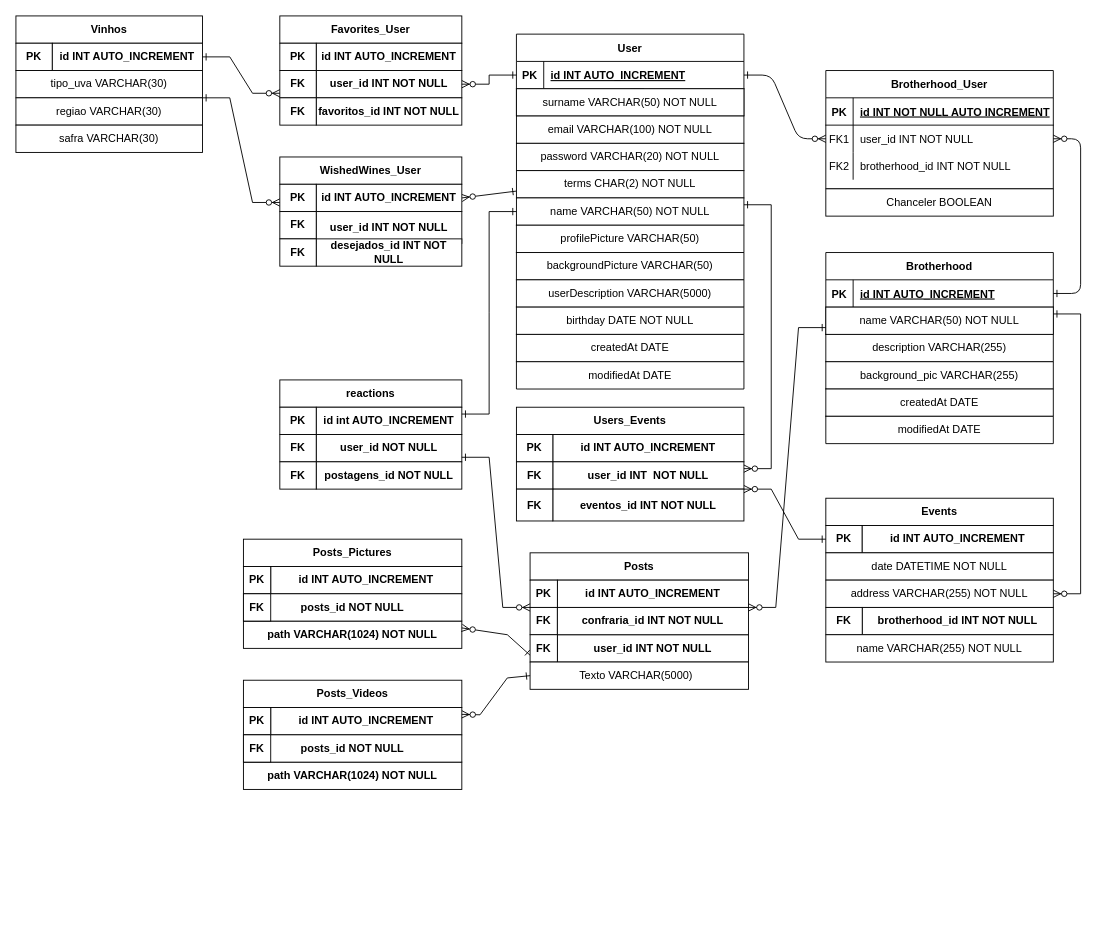
Before: ModeloBancoDeDados.drawio in jairocket/projetoIntegrador-Wined, a draw.io diagram. Source tidied: cells renumbered, new cells numbered last; positions are measured from the earlier drawing's top-left corner, leaving out a move shared by most shapes. Both pictures are drawn from the tidied source at 91%, with x=0, y=0 at pixel (15, 15).
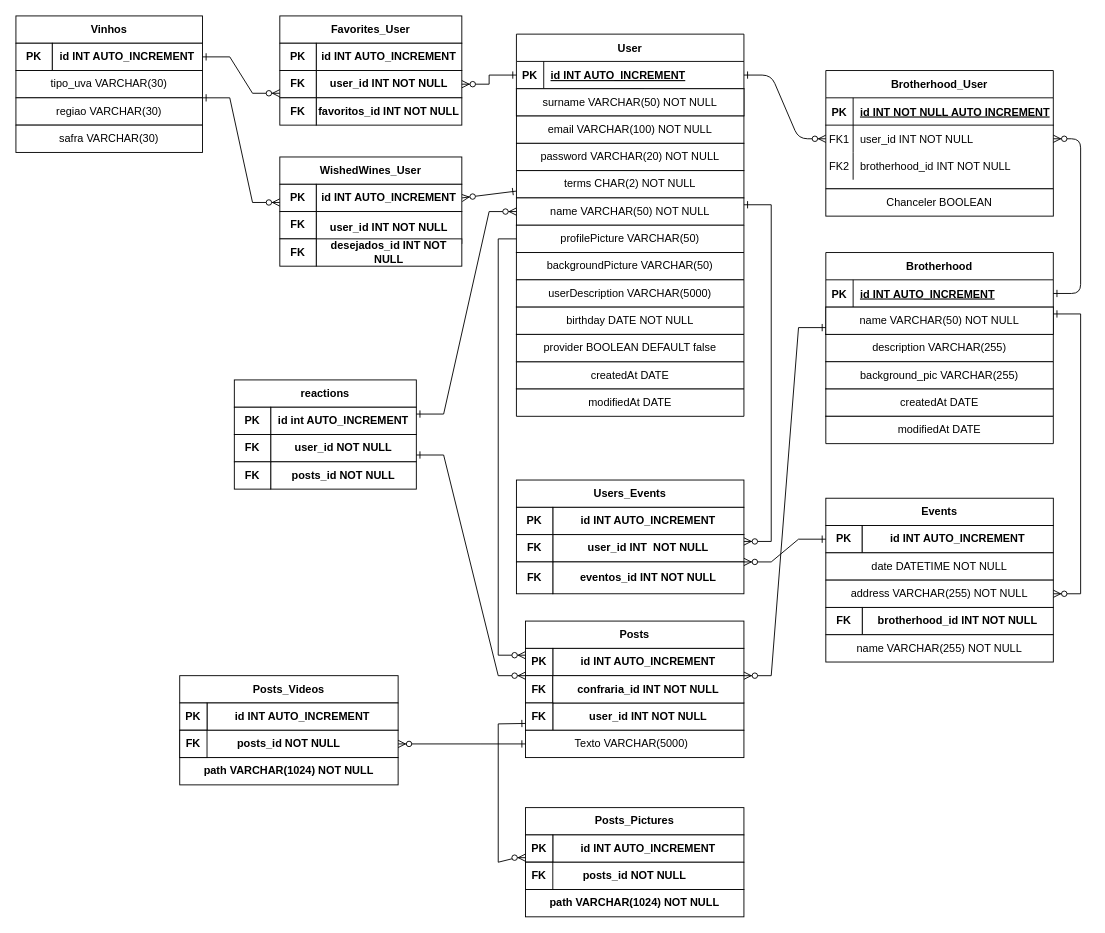
The same page after the edit.

Commit message (it also covers changes not shown here):
reactions and posts migrations implemented

The change refers to these unchanged cells:
```xml
<mxCell id="39" value="name VARCHAR(50) NOT NULL" style="rounded=0;whiteSpace=wrap;html=1;" parent="1" vertex="1">
  <mxGeometry x="550" y="200" width="250" height="30" as="geometry" />
</mxCell>
<mxCell id="93" style="shape=partialRectangle;html=1;whiteSpace=wrap;fillColor=none;top=0;left=0;bottom=0;right=0;points=[[0,0.5],[1,0.5]];portConstraint=eastwest;" parent="92" vertex="1">
  <mxGeometry width="250" height="30" as="geometry" />
</mxCell>
```

Change to the diagram source:
```diff
@@
     <mxCell id="41" value="&lt;b&gt;Posts&lt;/b&gt;" style="rounded=0;whiteSpace=wrap;html=1;" parent="1" vertex="1">
-      <mxGeometry x="565" y="590" width="240" height="30" as="geometry" />
+      <mxGeometry x="560" y="665" width="240" height="30" as="geometry" />
     </mxCell>
     <mxCell id="42" value="&lt;b&gt;id INT AUTO_INCREMENT&lt;/b&gt;" style="rounded=0;whiteSpace=wrap;html=1;" parent="1" vertex="1">
-      <mxGeometry x="595" y="620" width="210" height="30" as="geometry" />
+      <mxGeometry x="590" y="695" width="210" height="30" as="geometry" />
     </mxCell>
     <mxCell id="43" value="&lt;b&gt;PK&lt;/b&gt;" style="rounded=0;whiteSpace=wrap;html=1;" parent="1" vertex="1">
-      <mxGeometry x="565" y="620" width="30" height="30" as="geometry" />
+      <mxGeometry x="560" y="695" width="30" height="30" as="geometry" />
     </mxCell>
     <mxCell id="44" value="&lt;b&gt;user_id INT NOT NULL&lt;/b&gt;" style="rounded=0;whiteSpace=wrap;html=1;" parent="1" vertex="1">
-      <mxGeometry x="595" y="680" width="210" height="30" as="geometry" />
+      <mxGeometry x="590" y="755" width="210" height="30" as="geometry" />
     </mxCell>
     <mxCell id="45" value="&lt;b&gt;FK&lt;/b&gt;" style="rounded=0;whiteSpace=wrap;html=1;" parent="1" vertex="1">
-      <mxGeometry x="565" y="650" width="30" height="30" as="geometry" />
+      <mxGeometry x="560" y="725" width="30" height="30" as="geometry" />
     </mxCell>
     <mxCell id="46" value="&lt;b&gt;confraria_id INT NOT NULL&lt;/b&gt;" style="rounded=0;whiteSpace=wrap;html=1;" parent="1" vertex="1">
-      <mxGeometry x="595" y="650" width="210" height="30" as="geometry" />
+      <mxGeometry x="590" y="725" width="210" height="30" as="geometry" />
     </mxCell>
     <mxCell id="47" value="&lt;b&gt;FK&lt;/b&gt;" style="rounded=0;whiteSpace=wrap;html=1;" parent="1" vertex="1">
-      <mxGeometry x="565" y="680" width="30" height="30" as="geometry" />
+      <mxGeometry x="560" y="755" width="30" height="30" as="geometry" />
     </mxCell>
     <mxCell id="48" value="Texto VARCHAR(5000)&amp;nbsp;&amp;nbsp;" style="rounded=0;whiteSpace=wrap;html=1;" parent="1" vertex="1">
-      <mxGeometry x="565" y="710" width="240" height="30" as="geometry" />
+      <mxGeometry x="560" y="785" width="240" height="30" as="geometry" />
     </mxCell>
@@
     <mxCell id="51" value="&lt;b&gt;reactions&lt;/b&gt;" style="rounded=0;whiteSpace=wrap;html=1;" parent="1" vertex="1">
-      <mxGeometry x="290" y="400" width="200" height="30" as="geometry" />
+      <mxGeometry x="240" y="400" width="200" height="30" as="geometry" />
     </mxCell>
     <mxCell id="52" value="&lt;b&gt;id int AUTO_INCREMENT &lt;/b&gt;" style="rounded=0;whiteSpace=wrap;html=1;" parent="1" vertex="1">
-      <mxGeometry x="330" y="430" width="160" height="30" as="geometry" />
+      <mxGeometry x="280" y="430" width="160" height="30" as="geometry" />
     </mxCell>
     <mxCell id="53" value="&lt;b&gt;PK&lt;/b&gt;" style="rounded=0;whiteSpace=wrap;html=1;" parent="1" vertex="1">
-      <mxGeometry x="290" y="430" width="40" height="30" as="geometry" />
+      <mxGeometry x="240" y="430" width="40" height="30" as="geometry" />
     </mxCell>
     <mxCell id="54" value="&lt;b&gt;user_id NOT NULL&lt;/b&gt;" style="rounded=0;whiteSpace=wrap;html=1;" parent="1" vertex="1">
-      <mxGeometry x="330" y="460" width="160" height="30" as="geometry" />
+      <mxGeometry x="280" y="460" width="160" height="30" as="geometry" />
     </mxCell>
-    <mxCell id="55" value="&lt;b&gt;postagens_id NOT NULL&lt;/b&gt;" style="rounded=0;whiteSpace=wrap;html=1;" parent="1" vertex="1">
-      <mxGeometry x="330" y="490" width="160" height="30" as="geometry" />
+    <mxCell id="55" value="&lt;b&gt;posts_id NOT NULL&lt;/b&gt;" style="rounded=0;whiteSpace=wrap;html=1;" parent="1" vertex="1">
+      <mxGeometry x="280" y="490" width="160" height="30" as="geometry" />
     </mxCell>
     <mxCell id="56" value="&lt;b&gt;FK&lt;/b&gt;" style="rounded=0;whiteSpace=wrap;html=1;" parent="1" vertex="1">
-      <mxGeometry x="290" y="460" width="40" height="30" as="geometry" />
+      <mxGeometry x="240" y="460" width="40" height="30" as="geometry" />
     </mxCell>
     <mxCell id="57" value="&lt;b&gt;FK&lt;/b&gt;" style="rounded=0;whiteSpace=wrap;html=1;" parent="1" vertex="1">
-      <mxGeometry x="290" y="490" width="40" height="30" as="geometry" />
+      <mxGeometry x="240" y="490" width="40" height="30" as="geometry" />
     </mxCell>
@@
     <mxCell id="60" value="&lt;b&gt;Users_Events&lt;/b&gt;" style="rounded=0;whiteSpace=wrap;html=1;" parent="1" vertex="1">
-      <mxGeometry x="550" y="430" width="250" height="30" as="geometry" />
+      <mxGeometry x="550" y="510" width="250" height="30" as="geometry" />
     </mxCell>
     <mxCell id="61" value="&lt;b&gt;id INT AUTO_INCREMENT &lt;/b&gt;" style="rounded=0;whiteSpace=wrap;html=1;" parent="1" vertex="1">
-      <mxGeometry x="590" y="460" width="210" height="30" as="geometry" />
+      <mxGeometry x="590" y="540" width="210" height="30" as="geometry" />
     </mxCell>
     <mxCell id="62" value="&lt;b&gt;PK&lt;/b&gt;" style="rounded=0;whiteSpace=wrap;html=1;" parent="1" vertex="1">
-      <mxGeometry x="550" y="460" width="40" height="30" as="geometry" />
+      <mxGeometry x="550" y="540" width="40" height="30" as="geometry" />
     </mxCell>
     <mxCell id="63" value="&lt;b&gt;user_id INT&amp;nbsp; NOT NULL&lt;/b&gt;" style="rounded=0;whiteSpace=wrap;html=1;" parent="1" vertex="1">
-      <mxGeometry x="590" y="490" width="210" height="30" as="geometry" />
+      <mxGeometry x="590" y="570" width="210" height="30" as="geometry" />
     </mxCell>
     <mxCell id="64" value="&lt;b&gt;eventos_id INT NOT NULL&lt;/b&gt;" style="rounded=0;whiteSpace=wrap;html=1;" parent="1" vertex="1">
-      <mxGeometry x="590" y="520" width="210" height="35" as="geometry" />
+      <mxGeometry x="590" y="600" width="210" height="35" as="geometry" />
     </mxCell>
     <mxCell id="65" value="&lt;b&gt;FK&lt;/b&gt;" style="rounded=0;whiteSpace=wrap;html=1;" parent="1" vertex="1">
-      <mxGeometry x="550" y="490" width="40" height="30" as="geometry" />
+      <mxGeometry x="550" y="570" width="40" height="30" as="geometry" />
     </mxCell>
     <mxCell id="66" value="&lt;b&gt;FK&lt;/b&gt;" style="rounded=0;whiteSpace=wrap;html=1;" parent="1" vertex="1">
-      <mxGeometry x="550" y="520" width="40" height="35" as="geometry" />
+      <mxGeometry x="550" y="600" width="40" height="35" as="geometry" />
     </mxCell>
@@
-    <mxCell id="69" style="edgeStyle=entityRelationEdgeStyle;fontSize=12;html=1;endArrow=ERone;startArrow=ERone;rounded=0;exitX=1;exitY=0.25;exitDx=0;exitDy=0;startFill=0;endFill=0;entryX=0;entryY=0.5;entryDx=0;entryDy=0;" parent="1" edge="1" source="52" target="39">
+    <mxCell id="69" style="edgeStyle=entityRelationEdgeStyle;fontSize=12;html=1;endArrow=ERzeroToMany;startArrow=ERone;rounded=0;exitX=1;exitY=0.25;exitDx=0;exitDy=0;startFill=0;endFill=1;entryX=0;entryY=0.5;entryDx=0;entryDy=0;" parent="1" edge="1" source="52" target="39">
       <mxGeometry relative="1" as="geometry" />
     </mxCell>
-    <mxCell id="70" style="edgeStyle=entityRelationEdgeStyle;fontSize=12;html=1;endArrow=ERzeroToMany;rounded=0;entryX=0;entryY=0;entryDx=0;entryDy=0;startArrow=ERone;startFill=0;endFill=1;" parent="1" edge="1" target="45">
-      <mxGeometry relative="1" as="geometry">
-        <mxPoint x="490" y="485" as="sourcePoint" />
-      </mxGeometry>
+    <mxCell id="70" style="edgeStyle=entityRelationEdgeStyle;fontSize=12;html=1;endArrow=ERzeroToMany;rounded=0;entryX=0;entryY=0;entryDx=0;entryDy=0;startArrow=ERone;startFill=0;endFill=1;exitX=1;exitY=0.75;exitDx=0;exitDy=0;" parent="1" edge="1" source="54" target="45">
+      <mxGeometry relative="1" as="geometry" />
     </mxCell>
@@
     <mxCell id="111" style="shape=table;html=1;whiteSpace=wrap;startSize=0;childLayout=tableLayout;" parent="1" vertex="1">
-      <mxGeometry x="550" y="350" width="250" height="30" as="geometry" />
+      <mxGeometry x="550" y="380" width="250" height="30" as="geometry" />
     </mxCell>
@@
     <mxCell id="114" style="shape=table;html=1;whiteSpace=wrap;startSize=0;childLayout=tableLayout;" parent="1" vertex="1">
-      <mxGeometry x="550" y="380" width="250" height="30" as="geometry" />
+      <mxGeometry x="550" y="410" width="250" height="30" as="geometry" />
     </mxCell>
@@
     <mxCell id="124" value="&lt;b&gt;Posts_Pictures&lt;/b&gt;&lt;b&gt;&lt;br&gt;&lt;/b&gt;" style="rounded=0;whiteSpace=wrap;html=1;" parent="1" vertex="1">
-      <mxGeometry x="250" y="575" width="240" height="30" as="geometry" />
+      <mxGeometry x="560" y="870" width="240" height="30" as="geometry" />
     </mxCell>
     <mxCell id="125" value="&lt;b&gt;id INT AUTO_INCREMENT&lt;/b&gt;" style="rounded=0;whiteSpace=wrap;html=1;" parent="1" vertex="1">
-      <mxGeometry x="280" y="605" width="210" height="30" as="geometry" />
+      <mxGeometry x="590" y="900" width="210" height="30" as="geometry" />
     </mxCell>
     <mxCell id="126" value="&lt;b&gt;PK&lt;/b&gt;" style="rounded=0;whiteSpace=wrap;html=1;" parent="1" vertex="1">
-      <mxGeometry x="250" y="605" width="30" height="30" as="geometry" />
+      <mxGeometry x="560" y="900" width="30" height="30" as="geometry" />
     </mxCell>
     <mxCell id="127" value="&lt;b&gt;path VARCHAR(1024) NOT NULL&lt;/b&gt;" style="rounded=0;whiteSpace=wrap;html=1;" parent="1" vertex="1">
-      <mxGeometry x="250" y="665" width="240" height="30" as="geometry" />
+      <mxGeometry x="560" y="960" width="240" height="30" as="geometry" />
     </mxCell>
     <mxCell id="128" value="&lt;b&gt;posts_id NOT NULL&lt;/b&gt;" style="rounded=0;whiteSpace=wrap;html=1;" parent="1" vertex="1">
-      <mxGeometry x="250" y="635" width="240" height="30" as="geometry" />
+      <mxGeometry x="560" y="930" width="240" height="30" as="geometry" />
     </mxCell>
     <mxCell id="129" value="&lt;b&gt;FK&lt;/b&gt;" style="rounded=0;whiteSpace=wrap;html=1;" parent="1" vertex="1">
-      <mxGeometry x="250" y="635" width="30" height="30" as="geometry" />
+      <mxGeometry x="560" y="930" width="30" height="30" as="geometry" />
     </mxCell>
-    <mxCell id="130" style="fontSize=12;html=1;endArrow=ERzeroToMany;rounded=0;exitX=0;exitY=0.75;exitDx=0;exitDy=0;entryX=1;entryY=0.25;entryDx=0;entryDy=0;startArrow=ERone;startFill=0;endFill=1;" parent="1" edge="1" source="47" target="127">
+    <mxCell id="130" style="fontSize=12;html=1;endArrow=ERzeroToMany;rounded=0;exitX=0;exitY=0.75;exitDx=0;exitDy=0;startArrow=ERone;startFill=0;endFill=1;" parent="1" edge="1" source="47">
       <mxGeometry relative="1" as="geometry">
+        <mxPoint x="560" y="925" as="targetPoint" />
         <Array as="points">
-          <mxPoint x="540" y="680" />
+          <mxPoint x="530" y="778" />
+          <mxPoint x="530" y="930" />
+          <mxPoint x="550" y="925" />
         </Array>
       </mxGeometry>
     </mxCell>
     <mxCell id="131" value="&lt;b&gt;Posts_Videos&lt;/b&gt;&lt;b&gt;&lt;br&gt;&lt;/b&gt;" style="rounded=0;whiteSpace=wrap;html=1;" parent="1" vertex="1">
-      <mxGeometry x="250" y="730" width="240" height="30" as="geometry" />
+      <mxGeometry x="180" y="725" width="240" height="30" as="geometry" />
     </mxCell>
     <mxCell id="132" value="&lt;b&gt;id INT AUTO_INCREMENT&lt;/b&gt;" style="rounded=0;whiteSpace=wrap;html=1;" parent="1" vertex="1">
-      <mxGeometry x="280" y="760" width="210" height="30" as="geometry" />
+      <mxGeometry x="210" y="755" width="210" height="30" as="geometry" />
     </mxCell>
     <mxCell id="133" value="&lt;b&gt;PK&lt;/b&gt;" style="rounded=0;whiteSpace=wrap;html=1;" parent="1" vertex="1">
-      <mxGeometry x="250" y="760" width="30" height="30" as="geometry" />
+      <mxGeometry x="180" y="755" width="30" height="30" as="geometry" />
     </mxCell>
     <mxCell id="134" value="&lt;b&gt;path VARCHAR(1024) NOT NULL&lt;/b&gt;" style="rounded=0;whiteSpace=wrap;html=1;" parent="1" vertex="1">
-      <mxGeometry x="250" y="820" width="240" height="30" as="geometry" />
+      <mxGeometry x="180" y="815" width="240" height="30" as="geometry" />
     </mxCell>
     <mxCell id="135" value="&lt;b&gt;posts_id NOT NULL&lt;/b&gt;" style="rounded=0;whiteSpace=wrap;html=1;" parent="1" vertex="1">
-      <mxGeometry x="250" y="790" width="240" height="30" as="geometry" />
+      <mxGeometry x="180" y="785" width="240" height="30" as="geometry" />
     </mxCell>
     <mxCell id="136" value="&lt;b&gt;FK&lt;/b&gt;" style="rounded=0;whiteSpace=wrap;html=1;" parent="1" vertex="1">
-      <mxGeometry x="250" y="790" width="30" height="30" as="geometry" />
+      <mxGeometry x="180" y="785" width="30" height="30" as="geometry" />
     </mxCell>
-    <mxCell id="137" style="fontSize=12;html=1;endArrow=ERzeroToMany;rounded=0;exitX=0;exitY=0.5;exitDx=0;exitDy=0;entryX=1;entryY=0.25;entryDx=0;entryDy=0;startArrow=ERone;startFill=0;endFill=1;" parent="1" edge="1" source="48" target="132">
+    <mxCell id="137" style="fontSize=12;html=1;endArrow=ERzeroToMany;rounded=0;exitX=0;exitY=0.5;exitDx=0;exitDy=0;entryX=1;entryY=0.5;entryDx=0;entryDy=0;startArrow=ERone;startFill=0;endFill=1;" parent="1" edge="1" source="48" target="135">
       <mxGeometry relative="1" as="geometry">
         <Array as="points">
-          <mxPoint x="540" y="727.5" />
-          <mxPoint x="510" y="768" />
+          <mxPoint x="510" y="800" />
         </Array>
       </mxGeometry>
     </mxCell>
+    <mxCell id="138" style="shape=table;html=1;whiteSpace=wrap;startSize=0;childLayout=tableLayout;" parent="1" vertex="1">
+      <mxGeometry x="550" y="350" width="250" height="30" as="geometry" />
+    </mxCell>
+    <mxCell id="139" style="shape=partialRectangle;html=1;whiteSpace=wrap;fillColor=none;top=0;left=0;bottom=0;right=0;" parent="138" vertex="1">
+      <mxGeometry width="250" height="30" as="geometry" />
+    </mxCell>
+    <mxCell id="140" value="provider BOOLEAN DEFAULT false" style="shape=partialRectangle;html=1;whiteSpace=wrap;overflow=hidden;fillColor=none;top=0;left=0;bottom=0;right=0;" parent="139" vertex="1">
+      <mxGeometry width="250" height="30" as="geometry" />
+    </mxCell>
+    <mxCell id="141" style="edgeStyle=orthogonalEdgeStyle;rounded=0;jettySize=auto;html=1;exitX=0;exitY=0.5;exitDx=0;exitDy=0;entryX=0;entryY=0.25;entryDx=0;entryDy=0;endArrow=ERzeroToMany;endFill=1;" parent="1" edge="1" source="93" target="43">
+      <mxGeometry relative="1" as="geometry">
+        <Array as="points">
+          <mxPoint x="530" y="245" />
+          <mxPoint x="530" y="703" />
+        </Array>
+      </mxGeometry>
+    </mxCell>
```
